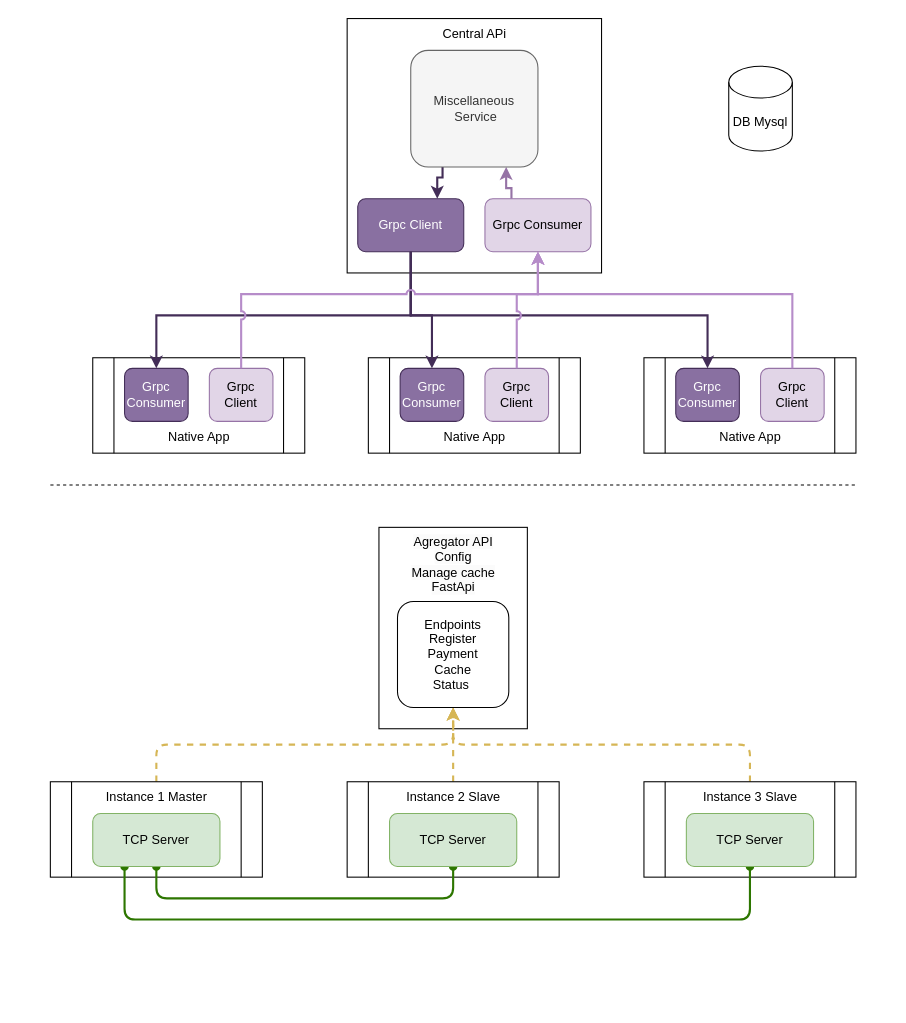
Before: CopyOrder.drawio in ArturArtimonte/diagrans, a draw.io diagram. Source tidied: cells renumbered, new cells numbered last; positions are measured from the earlier drawing's top-left corner, leaving out a move shared by most shapes. Both pictures are drawn from the tidied source at 106%, with x=0, y=0 at pixel (50, 18).
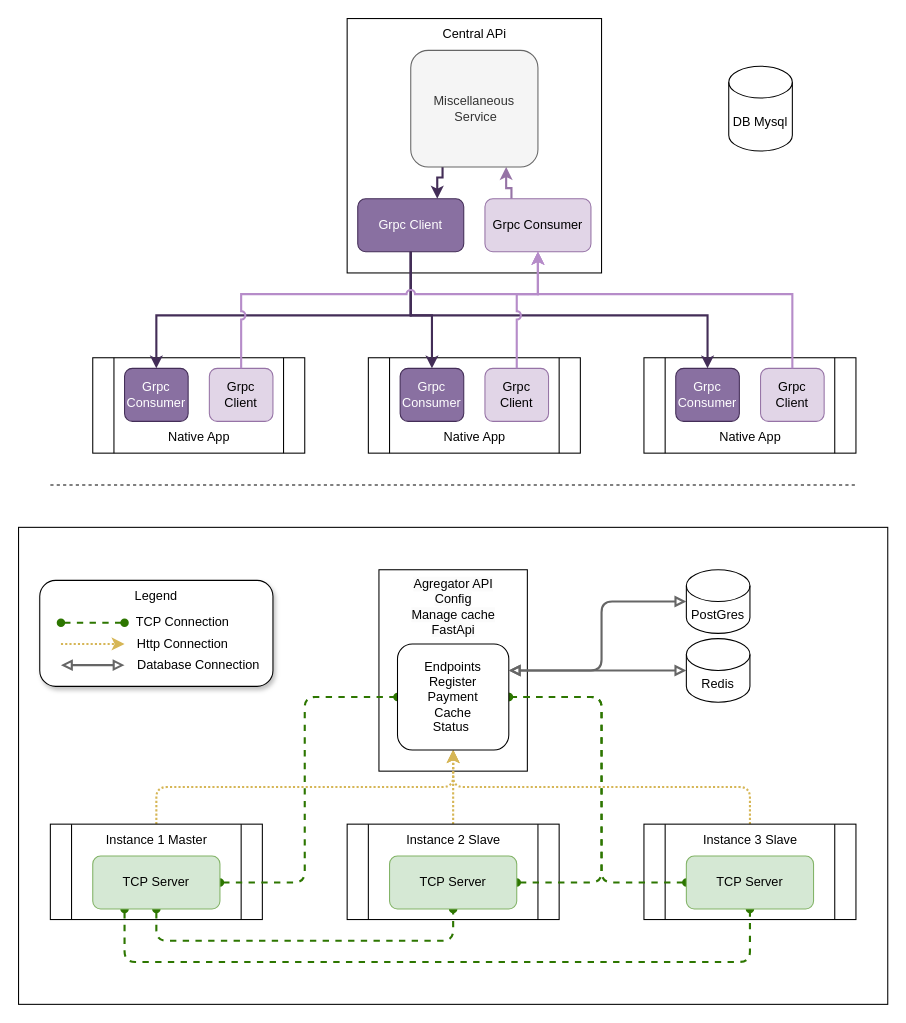
After the change.

What changed in the source:
```diff
@@
+    <mxCell id="47" style="rounded=0;whiteSpace=wrap;html=1;" parent="1" vertex="1">
+      <mxGeometry x="-30" y="480" width="820" height="450" as="geometry" />
+    </mxCell>
@@
     <mxCell id="29" style="rounded=0;whiteSpace=wrap;html=1;" parent="1" vertex="1">
-      <mxGeometry x="310" y="480" width="140" height="190" as="geometry" />
+      <mxGeometry x="310" y="520" width="140" height="190" as="geometry" />
     </mxCell>
-    <mxCell id="30" style="edgeStyle=orthogonalEdgeStyle;rounded=1;jettySize=auto;html=1;exitX=0.5;exitY=0;exitDx=0;exitDy=0;entryX=0.5;entryY=1;entryDx=0;entryDy=0;strokeWidth=2;dashed=1;fillColor=#fff2cc;strokeColor=#d6b656;curved=0;" parent="1" edge="1" source="31" target="40">
+    <mxCell id="30" style="edgeStyle=orthogonalEdgeStyle;rounded=1;jettySize=auto;html=1;exitX=0.5;exitY=0;exitDx=0;exitDy=0;entryX=0.5;entryY=1;entryDx=0;entryDy=0;strokeWidth=2;dashed=1;fillColor=#fff2cc;strokeColor=#d6b656;curved=0;flowAnimation=1;dashPattern=1 1;" parent="1" edge="1" source="31" target="40">
       <mxGeometry relative="1" as="geometry" />
     </mxCell>
     <mxCell id="31" style="shape=process;whiteSpace=wrap;html=1;backgroundOutline=1;" parent="1" vertex="1">
-      <mxGeometry y="720" width="200" height="90" as="geometry" />
+      <mxGeometry y="760" width="200" height="90" as="geometry" />
     </mxCell>
     <mxCell id="32" value="Instance 1 Master" style="text;html=1;align=center;verticalAlign=middle;strokeColor=none;fillColor=none;" parent="1" vertex="1">
-      <mxGeometry x="40" y="720" width="120" height="30" as="geometry" />
+      <mxGeometry x="40" y="760" width="120" height="30" as="geometry" />
     </mxCell>
-    <mxCell id="33" style="edgeStyle=orthogonalEdgeStyle;rounded=1;jettySize=auto;html=1;exitX=0.5;exitY=0;exitDx=0;exitDy=0;entryX=0.5;entryY=1;entryDx=0;entryDy=0;strokeWidth=2;dashed=1;fillColor=#fff2cc;strokeColor=#d6b656;curved=0;" parent="1" edge="1" source="34" target="40">
+    <mxCell id="33" style="edgeStyle=orthogonalEdgeStyle;rounded=1;jettySize=auto;html=1;exitX=0.5;exitY=0;exitDx=0;exitDy=0;entryX=0.5;entryY=1;entryDx=0;entryDy=0;strokeWidth=2;dashed=1;fillColor=#fff2cc;strokeColor=#d6b656;curved=0;flowAnimation=1;dashPattern=1 1;" parent="1" edge="1" source="34" target="40">
       <mxGeometry relative="1" as="geometry" />
     </mxCell>
     <mxCell id="34" style="shape=process;whiteSpace=wrap;html=1;backgroundOutline=1;" parent="1" vertex="1">
-      <mxGeometry x="280" y="720" width="200" height="90" as="geometry" />
+      <mxGeometry x="280" y="760" width="200" height="90" as="geometry" />
     </mxCell>
     <mxCell id="35" value="Instance 2 Slave" style="text;html=1;align=center;verticalAlign=middle;strokeColor=none;fillColor=none;" parent="1" vertex="1">
-      <mxGeometry x="325" y="720" width="110" height="30" as="geometry" />
+      <mxGeometry x="325" y="760" width="110" height="30" as="geometry" />
     </mxCell>
-    <mxCell id="36" style="edgeStyle=orthogonalEdgeStyle;rounded=1;jettySize=auto;html=1;exitX=0.5;exitY=0;exitDx=0;exitDy=0;entryX=0.5;entryY=1;entryDx=0;entryDy=0;strokeWidth=2;dashed=1;fillColor=#fff2cc;strokeColor=#d6b656;curved=0;" parent="1" edge="1" source="37" target="40">
+    <mxCell id="36" style="edgeStyle=orthogonalEdgeStyle;rounded=1;jettySize=auto;html=1;exitX=0.5;exitY=0;exitDx=0;exitDy=0;entryX=0.5;entryY=1;entryDx=0;entryDy=0;strokeWidth=2;dashed=1;fillColor=#fff2cc;strokeColor=#d6b656;curved=0;flowAnimation=1;dashPattern=1 1;" parent="1" edge="1" source="37" target="40">
       <mxGeometry relative="1" as="geometry" />
     </mxCell>
     <mxCell id="37" style="shape=process;whiteSpace=wrap;html=1;backgroundOutline=1;" parent="1" vertex="1">
-      <mxGeometry x="560" y="720" width="200" height="90" as="geometry" />
+      <mxGeometry x="560" y="760" width="200" height="90" as="geometry" />
     </mxCell>
     <mxCell id="38" value="Instance 3 Slave" style="text;html=1;align=center;verticalAlign=middle;strokeColor=none;fillColor=none;" parent="1" vertex="1">
-      <mxGeometry x="605" y="720" width="110" height="30" as="geometry" />
+      <mxGeometry x="605" y="760" width="110" height="30" as="geometry" />
     </mxCell>
     <mxCell id="39" value="&lt;span style=&quot;border-color: var(--border-color); color: rgb(0, 0, 0); font-family: Helvetica; font-size: 12px; font-style: normal; font-variant-ligatures: normal; font-variant-caps: normal; font-weight: 400; letter-spacing: normal; orphans: 2; text-align: center; text-indent: 0px; text-transform: none; widows: 2; word-spacing: 0px; -webkit-text-stroke-width: 0px; text-decoration-thickness: initial; text-decoration-style: initial; text-decoration-color: initial; background-color: rgb(251, 251, 251); float: none; display: inline !important;&quot;&gt;Agregator API&lt;/span&gt;&lt;br style=&quot;border-color: var(--border-color); color: rgb(0, 0, 0); font-family: Helvetica; font-size: 12px; font-style: normal; font-variant-ligatures: normal; font-variant-caps: normal; font-weight: 400; letter-spacing: normal; orphans: 2; text-align: center; text-indent: 0px; text-transform: none; widows: 2; word-spacing: 0px; -webkit-text-stroke-width: 0px; text-decoration-thickness: initial; text-decoration-style: initial; text-decoration-color: initial; background-color: rgb(251, 251, 251);&quot;&gt;&lt;span style=&quot;border-color: var(--border-color); color: rgb(0, 0, 0); font-family: Helvetica; font-size: 12px; font-style: normal; font-variant-ligatures: normal; font-variant-caps: normal; font-weight: 400; letter-spacing: normal; orphans: 2; text-align: center; text-indent: 0px; text-transform: none; widows: 2; word-spacing: 0px; -webkit-text-stroke-width: 0px; text-decoration-thickness: initial; text-decoration-style: initial; text-decoration-color: initial; background-color: rgb(251, 251, 251); float: none; display: inline !important;&quot;&gt;Config&lt;/span&gt;&lt;br style=&quot;border-color: var(--border-color); color: rgb(0, 0, 0); font-family: Helvetica; font-size: 12px; font-style: normal; font-variant-ligatures: normal; font-variant-caps: normal; font-weight: 400; letter-spacing: normal; orphans: 2; text-align: center; text-indent: 0px; text-transform: none; widows: 2; word-spacing: 0px; -webkit-text-stroke-width: 0px; text-decoration-thickness: initial; text-decoration-style: initial; text-decoration-color: initial; background-color: rgb(251, 251, 251);&quot;&gt;&lt;span style=&quot;border-color: var(--border-color); color: rgb(0, 0, 0); font-family: Helvetica; font-size: 12px; font-style: normal; font-variant-ligatures: normal; font-variant-caps: normal; font-weight: 400; letter-spacing: normal; orphans: 2; text-align: center; text-indent: 0px; text-transform: none; widows: 2; word-spacing: 0px; -webkit-text-stroke-width: 0px; text-decoration-thickness: initial; text-decoration-style: initial; text-decoration-color: initial; background-color: rgb(251, 251, 251); float: none; display: inline !important;&quot;&gt;Manage cache&lt;/span&gt;&lt;br style=&quot;border-color: var(--border-color); color: rgb(0, 0, 0); font-family: Helvetica; font-size: 12px; font-style: normal; font-variant-ligatures: normal; font-variant-caps: normal; font-weight: 400; letter-spacing: normal; orphans: 2; text-align: center; text-indent: 0px; text-transform: none; widows: 2; word-spacing: 0px; -webkit-text-stroke-width: 0px; text-decoration-thickness: initial; text-decoration-style: initial; text-decoration-color: initial; background-color: rgb(251, 251, 251);&quot;&gt;&lt;span style=&quot;border-color: var(--border-color); color: rgb(0, 0, 0); font-family: Helvetica; font-size: 12px; font-style: normal; font-variant-ligatures: normal; font-variant-caps: normal; font-weight: 400; letter-spacing: normal; orphans: 2; text-align: center; text-indent: 0px; text-transform: none; widows: 2; word-spacing: 0px; -webkit-text-stroke-width: 0px; text-decoration-thickness: initial; text-decoration-style: initial; text-decoration-color: initial; background-color: rgb(251, 251, 251); float: none; display: inline !important;&quot;&gt;FastApi&lt;/span&gt;" style="text;html=1;strokeColor=none;fillColor=none;align=center;verticalAlign=middle;whiteSpace=wrap;rounded=0;" parent="1" vertex="1">
-      <mxGeometry x="312.5" y="480" width="135" height="70" as="geometry" />
+      <mxGeometry x="312.5" y="520" width="135" height="70" as="geometry" />
     </mxCell>
+    <mxCell id="42" style="edgeStyle=orthogonalEdgeStyle;rounded=1;jettySize=auto;html=1;exitX=0.5;exitY=1;exitDx=0;exitDy=0;entryX=0.5;entryY=1;entryDx=0;entryDy=0;startArrow=oval;startFill=1;endArrow=oval;endFill=1;curved=0;fillColor=#60a917;strokeColor=#2D7600;strokeWidth=2;dashed=1;" parent="1" edge="1" source="46" target="45">
+      <mxGeometry relative="1" as="geometry">
+        <Array as="points">
+          <mxPoint x="100" y="870" />
+          <mxPoint x="380" y="870" />
+        </Array>
+      </mxGeometry>
+    </mxCell>
+    <mxCell id="43" style="edgeStyle=orthogonalEdgeStyle;rounded=1;jettySize=auto;html=1;exitX=0.25;exitY=1;exitDx=0;exitDy=0;entryX=0.5;entryY=1;entryDx=0;entryDy=0;startArrow=oval;startFill=1;endArrow=oval;endFill=1;curved=0;fillColor=#60a917;strokeColor=#2D7600;strokeWidth=2;dashed=1;" parent="1" edge="1" source="46" target="44">
+      <mxGeometry relative="1" as="geometry">
+        <Array as="points">
+          <mxPoint x="70" y="890" />
+          <mxPoint x="660" y="890" />
+        </Array>
+      </mxGeometry>
+    </mxCell>
+    <mxCell id="48" style="edgeStyle=orthogonalEdgeStyle;rounded=1;jettySize=auto;html=1;exitX=0;exitY=0.5;exitDx=0;exitDy=0;entryX=1;entryY=0.5;entryDx=0;entryDy=0;strokeWidth=2;endArrow=oval;endFill=1;startArrow=oval;startFill=1;fillColor=#60a917;strokeColor=#2D7600;curved=0;dashed=1;" parent="1" edge="1" source="44" target="40">
+      <mxGeometry relative="1" as="geometry">
+        <Array as="points">
+          <mxPoint x="520" y="815" />
+          <mxPoint x="520" y="640" />
+        </Array>
+      </mxGeometry>
+    </mxCell>
+    <mxCell id="44" value="TCP&amp;nbsp;Server" style="rounded=1;whiteSpace=wrap;html=1;fillColor=#d5e8d4;strokeColor=#82b366;" parent="1" vertex="1">
+      <mxGeometry x="600" y="790" width="120" height="50" as="geometry" />
+    </mxCell>
+    <mxCell id="49" style="edgeStyle=orthogonalEdgeStyle;rounded=1;jettySize=auto;html=1;exitX=1;exitY=0.5;exitDx=0;exitDy=0;entryX=1;entryY=0.5;entryDx=0;entryDy=0;endArrow=oval;endFill=1;startArrow=oval;startFill=1;strokeWidth=2;fillColor=#60a917;strokeColor=#2D7600;curved=0;dashed=1;" parent="1" edge="1" source="45" target="40">
+      <mxGeometry relative="1" as="geometry">
+        <Array as="points">
+          <mxPoint x="520" y="815" />
+          <mxPoint x="520" y="640" />
+        </Array>
+      </mxGeometry>
+    </mxCell>
+    <mxCell id="45" value="TCP&amp;nbsp;Server" style="rounded=1;whiteSpace=wrap;html=1;fillColor=#d5e8d4;strokeColor=#82b366;" parent="1" vertex="1">
+      <mxGeometry x="320" y="790" width="120" height="50" as="geometry" />
+    </mxCell>
+    <mxCell id="50" style="edgeStyle=orthogonalEdgeStyle;rounded=1;jettySize=auto;html=1;exitX=1;exitY=0.5;exitDx=0;exitDy=0;entryX=0;entryY=0.5;entryDx=0;entryDy=0;strokeWidth=2;endArrow=oval;endFill=1;startArrow=oval;startFill=1;fillColor=#60a917;strokeColor=#2D7600;curved=0;dashed=1;" parent="1" edge="1" source="46" target="40">
+      <mxGeometry relative="1" as="geometry">
+        <Array as="points">
+          <mxPoint x="240" y="815" />
+          <mxPoint x="240" y="640" />
+        </Array>
+      </mxGeometry>
+    </mxCell>
+    <mxCell id="46" value="TCP&amp;nbsp;Server" style="rounded=1;whiteSpace=wrap;html=1;fillColor=#d5e8d4;strokeColor=#82b366;" parent="1" vertex="1">
+      <mxGeometry x="40" y="790" width="120" height="50" as="geometry" />
+    </mxCell>
-    <mxCell id="40" style="rounded=1;whiteSpace=wrap;html=1;" parent="1" vertex="1">
-      <mxGeometry x="327.5" y="550" width="105" height="100" as="geometry" />
+    <mxCell id="40" style="rounded=1;whiteSpace=wrap;html=1;arcSize=14;" parent="1" vertex="1">
+      <mxGeometry x="327.5" y="590" width="105" height="100" as="geometry" />
     </mxCell>
     <mxCell id="41" value="Endpoints&lt;br&gt;Register&lt;br&gt;Payment&lt;br&gt;Cache&lt;br&gt;Status&amp;nbsp;" style="text;html=1;strokeColor=none;fillColor=none;align=center;verticalAlign=middle;whiteSpace=wrap;rounded=0;" parent="1" vertex="1">
-      <mxGeometry x="350" y="560" width="60" height="80" as="geometry" />
+      <mxGeometry x="350" y="600" width="60" height="80" as="geometry" />
     </mxCell>
-    <mxCell id="42" style="edgeStyle=orthogonalEdgeStyle;rounded=1;jettySize=auto;html=1;exitX=0.5;exitY=1;exitDx=0;exitDy=0;entryX=0.5;entryY=1;entryDx=0;entryDy=0;startArrow=oval;startFill=1;endArrow=oval;endFill=1;curved=0;fillColor=#60a917;strokeColor=#2D7600;strokeWidth=2;" parent="1" edge="1" source="46" target="45">
-      <mxGeometry relative="1" as="geometry">
-        <Array as="points">
-          <mxPoint x="100" y="830" />
-          <mxPoint x="380" y="830" />
-        </Array>
-      </mxGeometry>
-    </mxCell>
-    <mxCell id="43" style="edgeStyle=orthogonalEdgeStyle;rounded=1;jettySize=auto;html=1;exitX=0.25;exitY=1;exitDx=0;exitDy=0;entryX=0.5;entryY=1;entryDx=0;entryDy=0;startArrow=oval;startFill=1;endArrow=oval;endFill=1;curved=0;fillColor=#60a917;strokeColor=#2D7600;strokeWidth=2;" parent="1" edge="1" source="46" target="44">
-      <mxGeometry relative="1" as="geometry">
-        <Array as="points">
-          <mxPoint x="70" y="850" />
-          <mxPoint x="660" y="850" />
-        </Array>
-      </mxGeometry>
-    </mxCell>
-    <mxCell id="44" value="TCP&amp;nbsp;Server" style="rounded=1;whiteSpace=wrap;html=1;fillColor=#d5e8d4;strokeColor=#82b366;" parent="1" vertex="1">
-      <mxGeometry x="600" y="750" width="120" height="50" as="geometry" />
-    </mxCell>
-    <mxCell id="45" value="TCP&amp;nbsp;Server" style="rounded=1;whiteSpace=wrap;html=1;fillColor=#d5e8d4;strokeColor=#82b366;" parent="1" vertex="1">
-      <mxGeometry x="320" y="750" width="120" height="50" as="geometry" />
-    </mxCell>
-    <mxCell id="46" value="TCP&amp;nbsp;Server" style="rounded=1;whiteSpace=wrap;html=1;fillColor=#d5e8d4;strokeColor=#82b366;" parent="1" vertex="1">
-      <mxGeometry x="40" y="750" width="120" height="50" as="geometry" />
-    </mxCell>
+    <mxCell id="51" value="PostGres" style="shape=cylinder3;whiteSpace=wrap;html=1;boundedLbl=1;backgroundOutline=1;size=15;" parent="1" vertex="1">
+      <mxGeometry x="600" y="520" width="60" height="60" as="geometry" />
+    </mxCell>
+    <mxCell id="52" style="edgeStyle=orthogonalEdgeStyle;rounded=1;jettySize=auto;html=1;exitX=1;exitY=0.25;exitDx=0;exitDy=0;entryX=0;entryY=0.5;entryDx=0;entryDy=0;entryPerimeter=0;startArrow=block;startFill=0;endArrow=block;endFill=0;curved=0;strokeWidth=2;fillColor=#f5f5f5;strokeColor=#666666;" parent="1" edge="1" source="40" target="51">
+      <mxGeometry relative="1" as="geometry">
+        <Array as="points">
+          <mxPoint x="520" y="615" />
+          <mxPoint x="520" y="550" />
+        </Array>
+      </mxGeometry>
+    </mxCell>
+    <mxCell id="53" value="Redis" style="shape=cylinder3;whiteSpace=wrap;html=1;boundedLbl=1;backgroundOutline=1;size=15;" parent="1" vertex="1">
+      <mxGeometry x="600" y="585" width="60" height="60" as="geometry" />
+    </mxCell>
+    <mxCell id="54" style="edgeStyle=orthogonalEdgeStyle;rounded=1;jettySize=auto;html=1;exitX=1;exitY=0.25;exitDx=0;exitDy=0;entryX=0;entryY=0.5;entryDx=0;entryDy=0;entryPerimeter=0;curved=0;startArrow=block;startFill=0;endArrow=block;endFill=0;strokeWidth=2;fillColor=#f5f5f5;strokeColor=#666666;" parent="1" edge="1" source="40" target="53">
+      <mxGeometry relative="1" as="geometry">
+        <Array as="points">
+          <mxPoint x="560" y="615" />
+          <mxPoint x="560" y="615" />
+        </Array>
+      </mxGeometry>
+    </mxCell>
+    <mxCell id="55" style="rounded=1;whiteSpace=wrap;html=1;shadow=1;" parent="1" vertex="1">
+      <mxGeometry x="-10" y="530" width="220" height="100" as="geometry" />
+    </mxCell>
+    <mxCell id="56" style="endArrow=oval;html=1;rounded=0;fillColor=#60a917;strokeColor=#2D7600;dashed=1;endFill=1;strokeWidth=2;startArrow=oval;startFill=1;" parent="1" edge="1">
+      <mxGeometry relative="1" as="geometry">
+        <mxPoint x="10" y="570" as="sourcePoint" />
+        <mxPoint x="70" y="570" as="targetPoint" />
+      </mxGeometry>
+    </mxCell>
+    <mxCell id="57" style="endArrow=classic;html=1;rounded=0;fillColor=#fff2cc;strokeColor=#d6b656;dashed=1;dashPattern=1 1;strokeWidth=2;" parent="1" edge="1">
+      <mxGeometry relative="1" as="geometry">
+        <mxPoint x="10" y="590" as="sourcePoint" />
+        <mxPoint x="70" y="590" as="targetPoint" />
+      </mxGeometry>
+    </mxCell>
+    <mxCell id="58" style="endArrow=block;html=1;rounded=0;strokeWidth=2;fillColor=#f5f5f5;strokeColor=#666666;endFill=0;startArrow=block;startFill=0;" parent="1" edge="1">
+      <mxGeometry relative="1" as="geometry">
+        <mxPoint x="10" y="610" as="sourcePoint" />
+        <mxPoint x="70" y="610" as="targetPoint" />
+      </mxGeometry>
+    </mxCell>
+    <mxCell id="59" value="TCP Connection" style="text;html=1;strokeColor=none;fillColor=none;align=center;verticalAlign=middle;whiteSpace=wrap;rounded=0;" parent="1" vertex="1">
+      <mxGeometry x="80" y="560" width="90" height="20" as="geometry" />
+    </mxCell>
+    <mxCell id="60" value="Http Connection" style="text;html=1;strokeColor=none;fillColor=none;align=center;verticalAlign=middle;whiteSpace=wrap;rounded=0;" parent="1" vertex="1">
+      <mxGeometry x="80" y="580" width="90" height="20" as="geometry" />
+    </mxCell>
+    <mxCell id="61" value="Database Connection" style="text;html=1;strokeColor=none;fillColor=none;align=center;verticalAlign=middle;whiteSpace=wrap;rounded=0;" parent="1" vertex="1">
+      <mxGeometry x="80" y="600" width="120" height="20" as="geometry" />
+    </mxCell>
+    <mxCell id="62" value="Legend" style="text;html=1;strokeColor=none;fillColor=none;align=center;verticalAlign=middle;whiteSpace=wrap;rounded=0;" parent="1" vertex="1">
+      <mxGeometry x="70" y="530" width="60" height="30" as="geometry" />
+    </mxCell>
```
